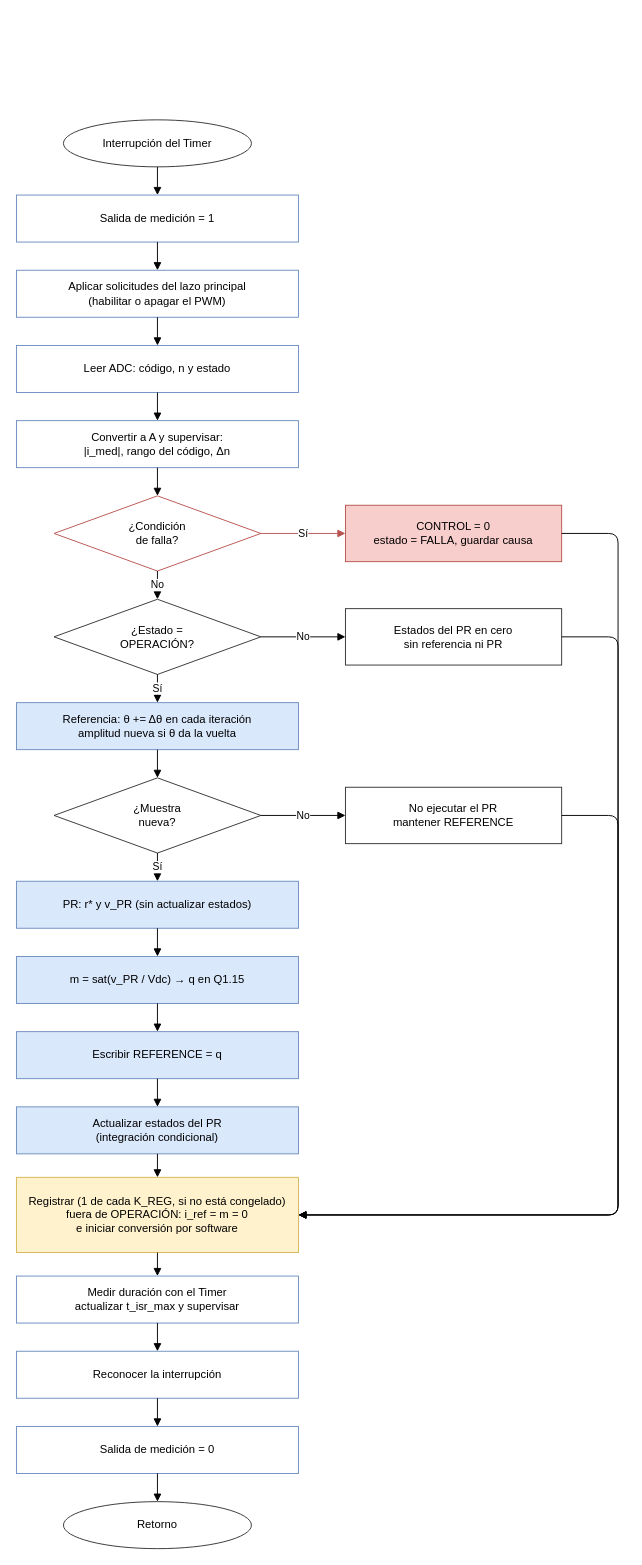
Before: Proyecto4_Inversor_Monofasico/docs/diseno/img/nivel_4_software_isr.drawio in aguilar697/Taller-Diseno-de-Sistemas-Digitales, a draw.io diagram. Source tidied: cells renumbered, new cells numbered last; positions are measured from the earlier drawing's top-left corner, leaving out a move shared by most shapes. Both pictures are drawn from the tidied source at 94%, with x=0, y=0 at pixel (16, 119).
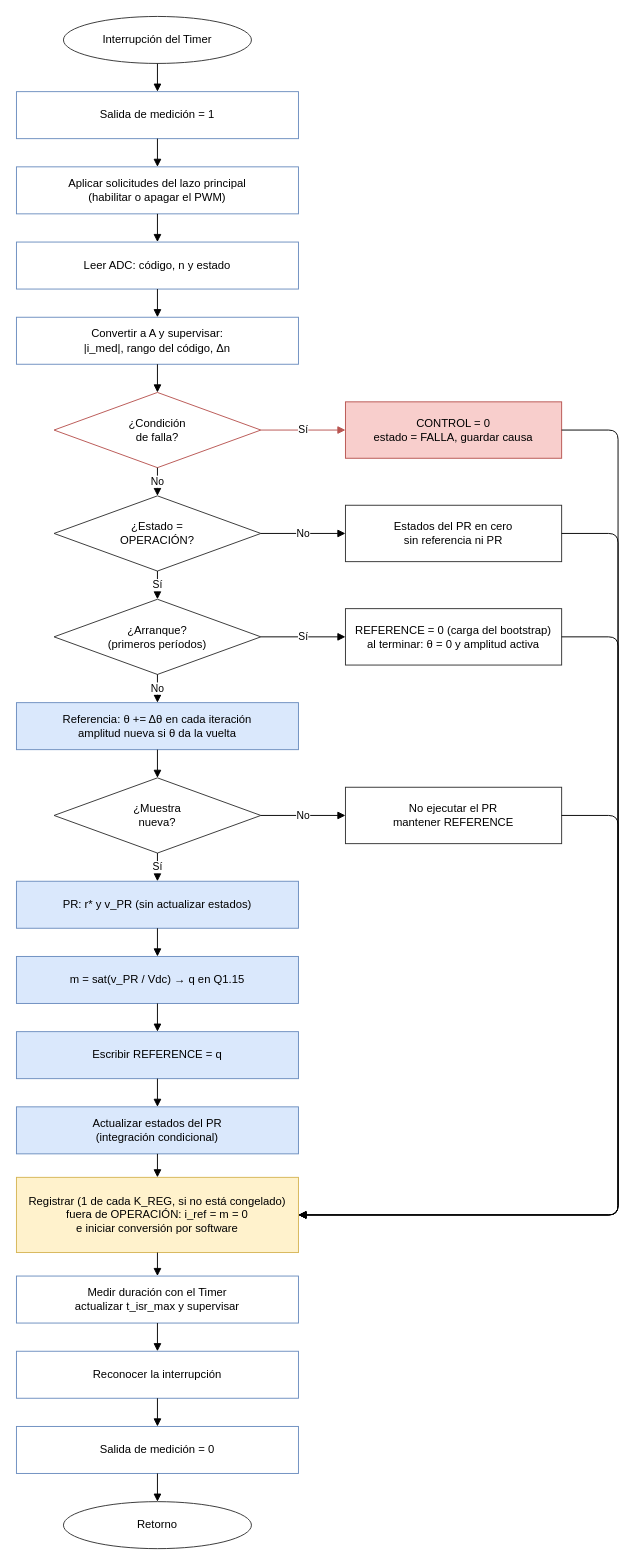
The same page after the edit.

Commit message (it also covers changes not shown here):
Agrega el arranque al flujo de la ISR (nivel 4)

The change refers to these unchanged cells:
```xml
<mxCell id="9" value="Referencia: θ += Δθ en cada iteración&lt;br&gt;amplitud nueva si θ da la vuelta" style="rounded=0;whiteSpace=wrap;html=1;fillColor=#dae8fc;strokeColor=#6c8ebf;fontSize=12;" parent="1" vertex="1">
  <mxGeometry y="620" width="300" height="50" as="geometry" />
</mxCell>
<mxCell id="18" value="Registrar (1 de cada K_REG, si no está congelado)&lt;br&gt;fuera de OPERACIÓN: i_ref = m = 0&lt;br&gt;e iniciar conversión por software" style="rounded=0;whiteSpace=wrap;html=1;fillColor=#fff2cc;strokeColor=#d6b656;fontSize=12;" parent="1" vertex="1">
  <mxGeometry y="1125" width="300" height="80" as="geometry" />
</mxCell>
```

Diff of the diagram source:
```diff
@@
     <mxCell id="2" value="Interrupción del Timer" style="ellipse;whiteSpace=wrap;html=1;fillColor=#ffffff;strokeColor=#333333;fontSize=12;" parent="1" vertex="1">
-      <mxGeometry x="50" width="200" height="50" as="geometry" />
+      <mxGeometry x="50" y="-110" width="200" height="50" as="geometry" />
     </mxCell>
     <mxCell id="3" value="Salida de medición = 1" style="rounded=0;whiteSpace=wrap;html=1;fillColor=#ffffff;strokeColor=#6c8ebf;fontSize=12;" parent="1" vertex="1">
-      <mxGeometry y="80" width="300" height="50" as="geometry" />
+      <mxGeometry y="-30" width="300" height="50" as="geometry" />
     </mxCell>
     <mxCell id="4" value="Aplicar solicitudes del lazo principal&lt;br&gt;(habilitar o apagar el PWM)" style="rounded=0;whiteSpace=wrap;html=1;fillColor=#ffffff;strokeColor=#6c8ebf;fontSize=12;" parent="1" vertex="1">
-      <mxGeometry y="160" width="300" height="50" as="geometry" />
+      <mxGeometry y="50" width="300" height="50" as="geometry" />
     </mxCell>
     <mxCell id="5" value="Leer ADC: código, n y estado" style="rounded=0;whiteSpace=wrap;html=1;fillColor=#ffffff;strokeColor=#6c8ebf;fontSize=12;" parent="1" vertex="1">
-      <mxGeometry y="240" width="300" height="50" as="geometry" />
+      <mxGeometry y="130" width="300" height="50" as="geometry" />
     </mxCell>
     <mxCell id="6" value="Convertir a A y supervisar:&lt;br&gt;|i_med|, rango del código, Δn" style="rounded=0;whiteSpace=wrap;html=1;fillColor=#ffffff;strokeColor=#6c8ebf;fontSize=12;" parent="1" vertex="1">
-      <mxGeometry y="320" width="300" height="50" as="geometry" />
+      <mxGeometry y="210" width="300" height="50" as="geometry" />
     </mxCell>
     <mxCell id="7" value="¿Condición&lt;br&gt;de falla?" style="rhombus;whiteSpace=wrap;html=1;fillColor=#ffffff;strokeColor=#b85450;fontSize=12;" parent="1" vertex="1">
-      <mxGeometry x="40" y="400" width="220" height="80" as="geometry" />
+      <mxGeometry x="40" y="290" width="220" height="80" as="geometry" />
     </mxCell>
     <mxCell id="8" value="¿Estado =&lt;br&gt;OPERACIÓN?" style="rhombus;whiteSpace=wrap;html=1;fillColor=#ffffff;strokeColor=#333333;fontSize=12;" parent="1" vertex="1">
-      <mxGeometry x="40" y="510" width="220" height="80" as="geometry" />
+      <mxGeometry x="40" y="400" width="220" height="80" as="geometry" />
     </mxCell>
@@
+    <mxCell id="46" value="¿Arranque?&lt;br&gt;(primeros períodos)" style="rhombus;whiteSpace=wrap;html=1;fillColor=#ffffff;strokeColor=#333333;fontSize=12;" parent="1" vertex="1">
+      <mxGeometry x="40" y="510" width="220" height="80" as="geometry" />
+    </mxCell>
+    <mxCell id="47" value="REFERENCE = 0 (carga del bootstrap)&lt;br&gt;al terminar: θ = 0 y amplitud activa" style="rounded=0;whiteSpace=wrap;html=1;fillColor=#ffffff;strokeColor=#333333;fontSize=12;" parent="1" vertex="1">
+      <mxGeometry x="350" y="520" width="230" height="60" as="geometry" />
+    </mxCell>
     <mxCell id="11" value="CONTROL = 0&lt;br&gt;estado = FALLA, guardar causa" style="rounded=0;whiteSpace=wrap;html=1;fillColor=#f8cecc;strokeColor=#b85450;fontSize=12;" parent="1" vertex="1">
-      <mxGeometry x="350" y="410" width="230" height="60" as="geometry" />
+      <mxGeometry x="350" y="300" width="230" height="60" as="geometry" />
     </mxCell>
     <mxCell id="12" value="Estados del PR en cero&lt;br&gt;sin referencia ni PR" style="rounded=0;whiteSpace=wrap;html=1;fillColor=#ffffff;strokeColor=#333333;fontSize=12;" parent="1" vertex="1">
-      <mxGeometry x="350" y="520" width="230" height="60" as="geometry" />
+      <mxGeometry x="350" y="410" width="230" height="60" as="geometry" />
     </mxCell>
@@
-    <mxCell id="29" value="Sí" style="edgeStyle=orthogonalEdgeStyle;html=1;endArrow=block;endFill=1;labelBackgroundColor=#ffffff;fontSize=11;" parent="1" edge="1" source="8" target="9">
+    <mxCell id="29" value="Sí" style="edgeStyle=orthogonalEdgeStyle;html=1;endArrow=block;endFill=1;labelBackgroundColor=#ffffff;fontSize=11;" parent="1" edge="1" source="8" target="46">
       <mxGeometry relative="1" as="geometry" />
     </mxCell>
@@
     <mxCell id="43" style="edgeStyle=orthogonalEdgeStyle;html=1;endArrow=block;endFill=1;exitX=1;exitY=0.5;entryX=1;entryY=0.5;" parent="1" edge="1" source="11" target="18">
       <mxGeometry relative="1" as="geometry">
         <Array as="points">
-          <mxPoint x="640" y="440" />
+          <mxPoint x="640" y="330" />
           <mxPoint x="640" y="1165" />
         </Array>
       </mxGeometry>
     </mxCell>
     <mxCell id="44" style="edgeStyle=orthogonalEdgeStyle;html=1;endArrow=block;endFill=1;exitX=1;exitY=0.5;entryX=1;entryY=0.5;" parent="1" edge="1" source="12" target="18">
       <mxGeometry relative="1" as="geometry">
         <Array as="points">
-          <mxPoint x="640" y="550" />
+          <mxPoint x="640" y="440" />
           <mxPoint x="640" y="1165" />
         </Array>
       </mxGeometry>
     </mxCell>
@@
+    <mxCell id="48" value="No" style="edgeStyle=orthogonalEdgeStyle;html=1;endArrow=block;endFill=1;labelBackgroundColor=#ffffff;fontSize=11;" parent="1" edge="1" source="46" target="9">
+      <mxGeometry relative="1" as="geometry" />
+    </mxCell>
+    <mxCell id="49" value="Sí" style="edgeStyle=orthogonalEdgeStyle;html=1;endArrow=block;endFill=1;labelBackgroundColor=#ffffff;fontSize=11;exitX=1;exitY=0.5;entryX=0;entryY=0.5;" parent="1" edge="1" source="46" target="47">
+      <mxGeometry relative="1" as="geometry" />
+    </mxCell>
+    <mxCell id="50" style="edgeStyle=orthogonalEdgeStyle;html=1;endArrow=block;endFill=1;exitX=1;exitY=0.5;entryX=1;entryY=0.5;" parent="1" edge="1" source="47" target="18">
+      <mxGeometry relative="1" as="geometry">
+        <Array as="points">
+          <mxPoint x="640" y="550" />
+          <mxPoint x="640" y="1165" />
+        </Array>
+      </mxGeometry>
+    </mxCell>
```
